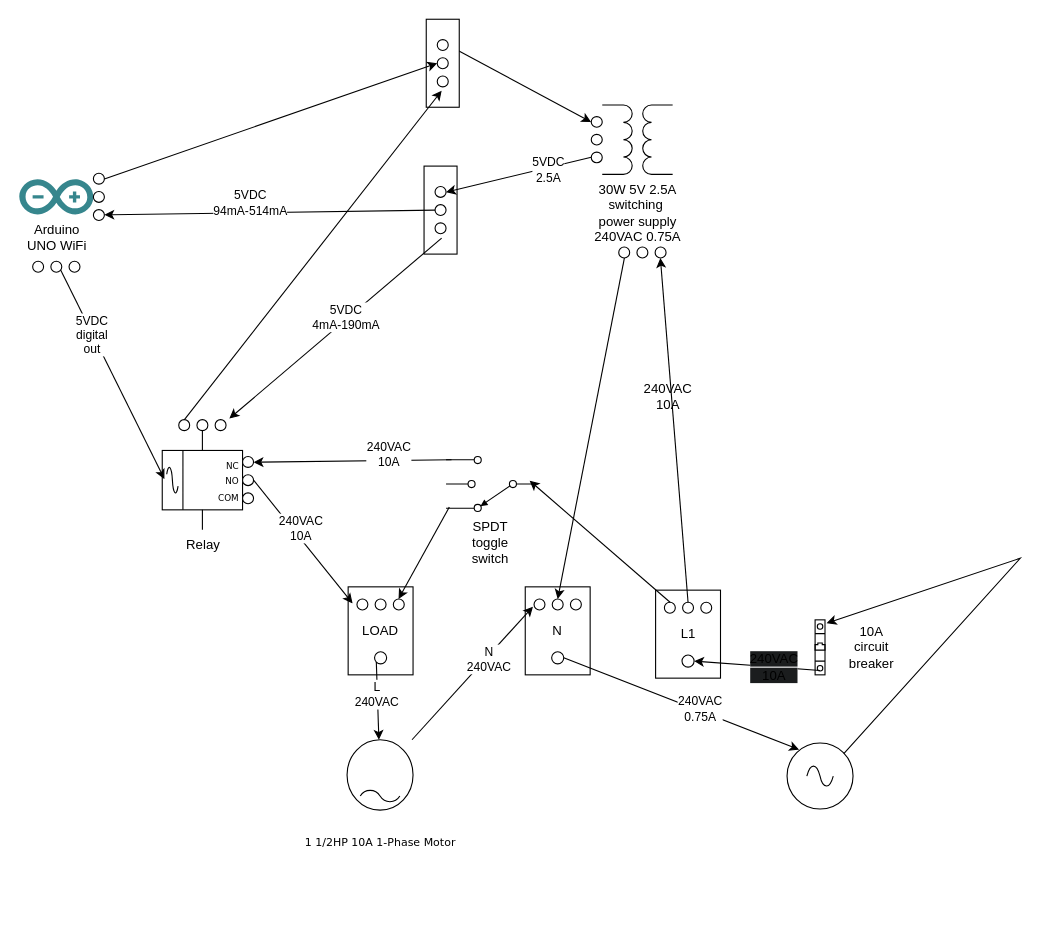
Earlier version of the draw.io diagram docs/design-drawings-electrical.drawio (SeaGuy/raindance). Source tidied: cells renumbered, new cells numbered last; positions are measured from the earlier drawing's top-left corner, leaving out a move shared by most shapes. Both pictures are drawn from the tidied source at 110%, with x=0, y=0 at pixel (19, 19).
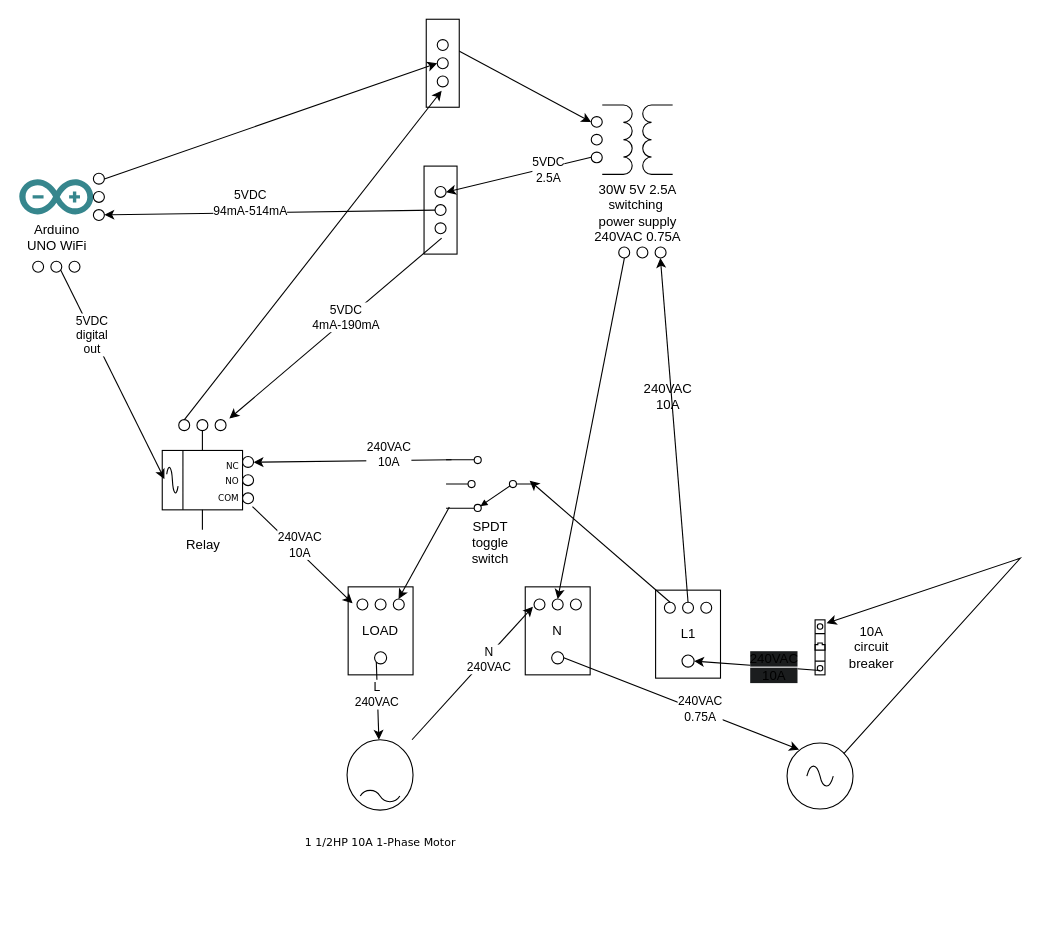
After the change.

Unchanged cells that the change refers to:
```xml
<mxCell id="7" style="verticalLabelPosition=bottom;shadow=0;dashed=0;align=center;html=1;verticalAlign=top;shape=mxgraph.electrical.transmission.terminal_3_phase;direction=north;" parent="1" vertex="1">
  <mxGeometry x="203" y="397.5" width="10" height="43" as="geometry" />
</mxCell>
<mxCell id="29" style="verticalLabelPosition=bottom;shadow=0;dashed=0;align=center;html=1;verticalAlign=top;shape=mxgraph.electrical.transmission.terminal_3_phase;direction=west;" parent="26" vertex="1">
  <mxGeometry x="8" y="11" width="43" height="10" as="geometry" />
</mxCell>
```

The edit, as a diff of the source:
```diff
@@
-    <mxCell id="30" style="rounded=0;jettySize=auto;html=1;entryX=1.093;entryY=0.6;entryDx=0;entryDy=0;entryPerimeter=0;exitX=0.5;exitY=1;exitDx=0;exitDy=0;exitPerimeter=0;" parent="1" edge="1" source="7" target="29">
+    <mxCell id="30" style="rounded=0;jettySize=auto;html=1;entryX=1.093;entryY=0.6;entryDx=0;entryDy=0;entryPerimeter=0;exitX=-0.058;exitY=0.9;exitDx=0;exitDy=0;exitPerimeter=0;" parent="1" edge="1" source="7" target="29">
       <mxGeometry relative="1" as="geometry" />
     </mxCell>
```
